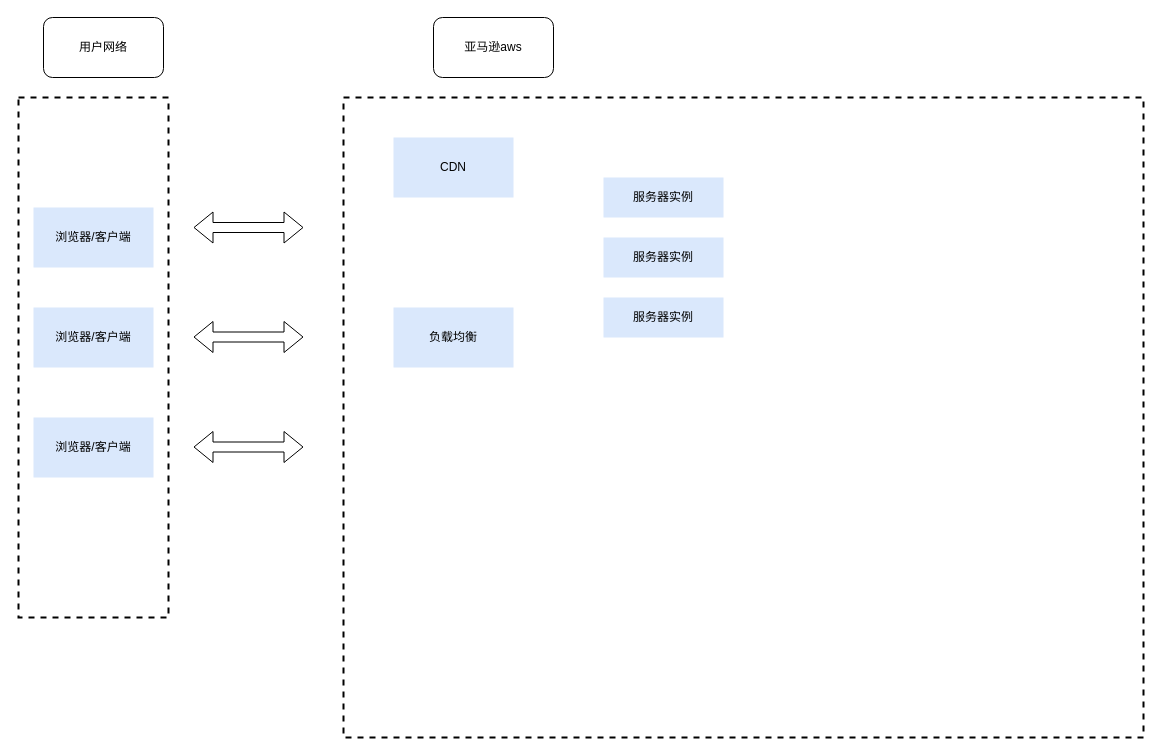
This is app.diagrams.net/1008 Untitled Diagram.drawio from startarhwa/hello-world, a draw.io file, before an edit. Source tidied: cells renumbered, new cells numbered last; positions are measured from the earlier drawing's top-left corner, leaving out a move shared by most shapes. Both pictures are drawn from the tidied source at 100%, with x=0, y=0 at pixel (18, 17).
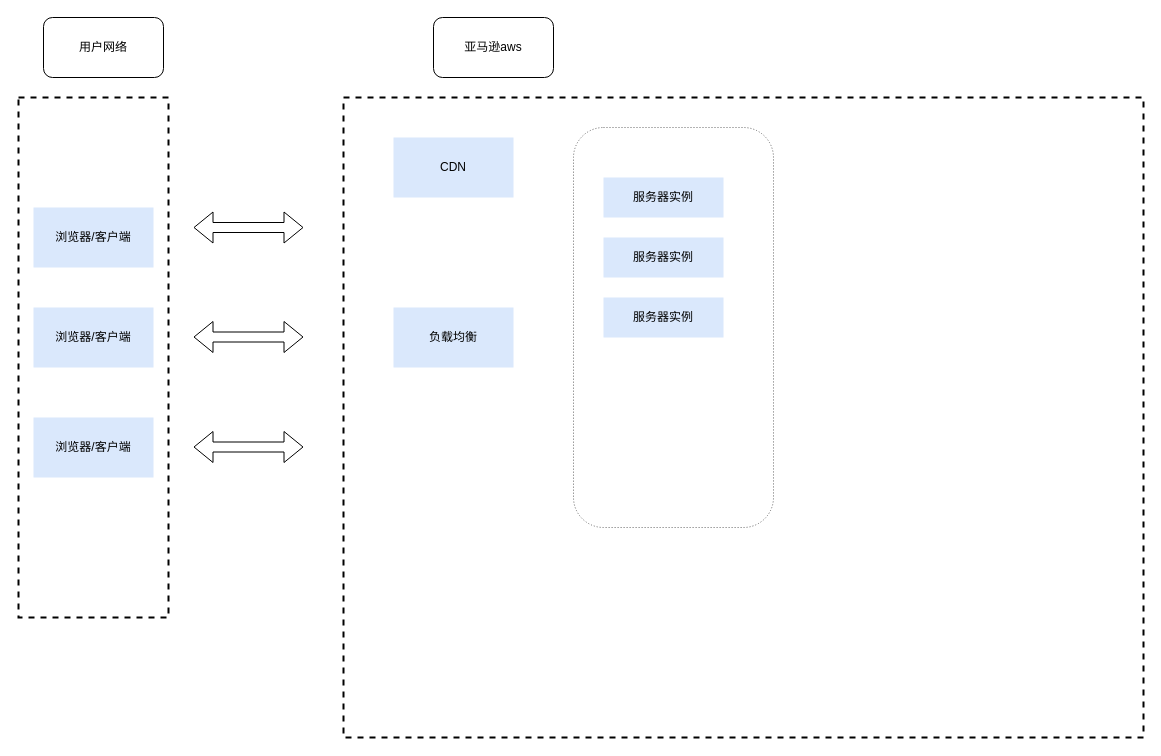
The same page after the edit.

What changed in the source:
```diff
@@
+    <mxCell id="17" style="rounded=1;whiteSpace=wrap;html=1;dashed=1;strokeWidth=1;fillColor=none;dashPattern=1 2;strokeColor=#666666;" parent="1" vertex="1">
+      <mxGeometry x="555" y="110" width="200" height="400" as="geometry" />
+    </mxCell>
```
